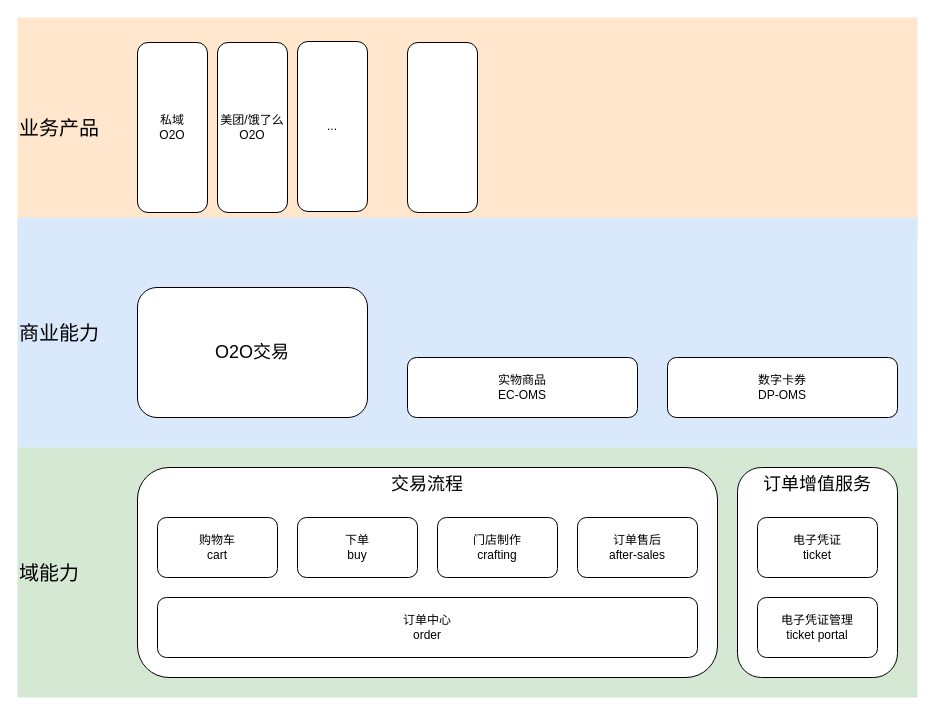
Before: page "目标技术架构" (2 of 3) of OMS2.0业务架构.drawio in alexzhang2015/PC2.0, a draw.io diagram. Source tidied: cells renumbered, new cells numbered last; positions are measured from the earlier drawing's top-left corner, leaving out a move shared by most shapes. Both pictures are drawn from the tidied source at 100%, with x=0, y=0 at pixel (17, 17).
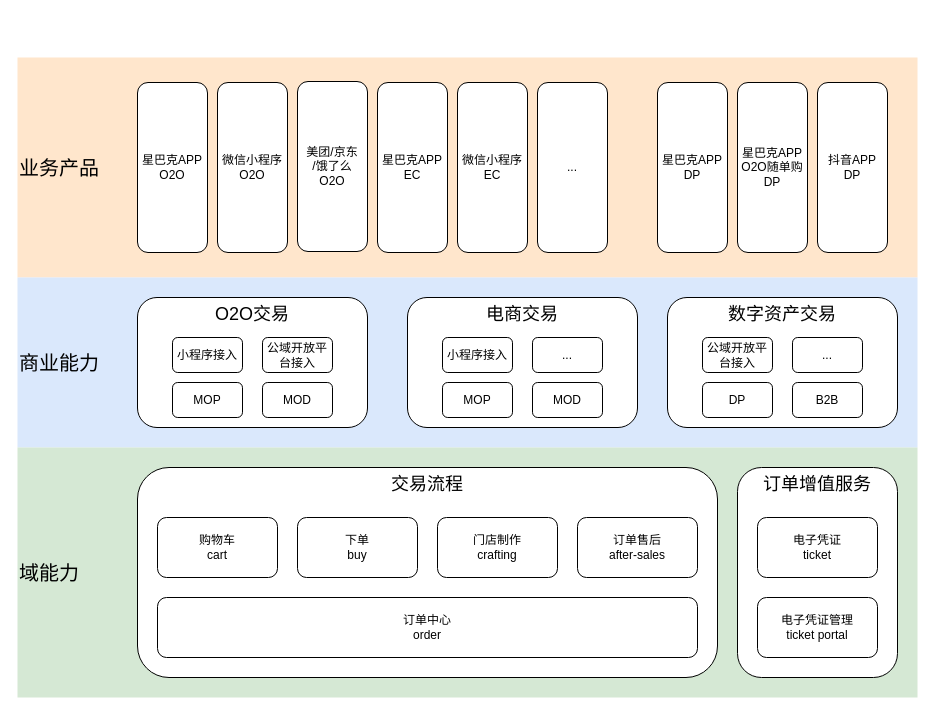
After the change.

What changed in the source:
```diff
@@
     <mxCell id="2" value="业务产品" style="rounded=0;whiteSpace=wrap;html=1;align=left;strokeColor=none;fillColor=#ffe6cc;fontSize=20;" parent="1" vertex="1">
-      <mxGeometry width="900" height="220" as="geometry" />
+      <mxGeometry y="40" width="900" height="220" as="geometry" />
     </mxCell>
     <mxCell id="3" value="商业能力" style="rounded=0;whiteSpace=wrap;html=1;align=left;strokeColor=none;fillColor=#dae8fc;fontSize=20;" parent="1" vertex="1">
-      <mxGeometry y="200" width="900" height="230" as="geometry" />
+      <mxGeometry y="260" width="900" height="170" as="geometry" />
     </mxCell>
@@
-    <mxCell id="12" value="数字卡券&lt;div&gt;DP-OMS&lt;/div&gt;" style="rounded=1;whiteSpace=wrap;html=1;" parent="1" vertex="1">
-      <mxGeometry x="650" y="340" width="230" height="60" as="geometry" />
+    <mxCell id="12" value="数字资产交易" style="rounded=1;whiteSpace=wrap;html=1;verticalAlign=top;fontSize=18;" parent="1" vertex="1">
+      <mxGeometry x="650" y="280" width="230" height="130" as="geometry" />
     </mxCell>
@@
-    <mxCell id="15" value="实物商品&lt;div&gt;EC-OMS&lt;/div&gt;" style="rounded=1;whiteSpace=wrap;html=1;" parent="1" vertex="1">
-      <mxGeometry x="390" y="340" width="230" height="60" as="geometry" />
+    <mxCell id="15" value="电商交易" style="rounded=1;whiteSpace=wrap;html=1;verticalAlign=top;fontSize=18;" parent="1" vertex="1">
+      <mxGeometry x="390" y="280" width="230" height="130" as="geometry" />
     </mxCell>
-    <mxCell id="16" value="&lt;font style=&quot;font-size: 18px;&quot;&gt;O2O交易&lt;/font&gt;" style="rounded=1;whiteSpace=wrap;html=1;" parent="1" vertex="1">
-      <mxGeometry x="120" y="270" width="230" height="130" as="geometry" />
+    <mxCell id="16" value="&lt;font style=&quot;font-size: 18px;&quot;&gt;O2O交易&lt;/font&gt;" style="rounded=1;whiteSpace=wrap;html=1;verticalAlign=top;" parent="1" vertex="1">
+      <mxGeometry x="120" y="280" width="230" height="130" as="geometry" />
     </mxCell>
-    <mxCell id="17" value="私域&lt;div&gt;O2O&lt;/div&gt;" style="rounded=1;whiteSpace=wrap;html=1;" parent="1" vertex="1">
-      <mxGeometry x="120" y="25" width="70" height="170" as="geometry" />
+    <mxCell id="17" value="星巴克APP&lt;div&gt;O2O&lt;/div&gt;" style="rounded=1;whiteSpace=wrap;html=1;" parent="1" vertex="1">
+      <mxGeometry x="120" y="65" width="70" height="170" as="geometry" />
     </mxCell>
-    <mxCell id="18" value="美团/饿了么&lt;div&gt;O2O&lt;/div&gt;" style="rounded=1;whiteSpace=wrap;html=1;" parent="1" vertex="1">
-      <mxGeometry x="200" y="25" width="70" height="170" as="geometry" />
+    <mxCell id="18" value="微信小程序&lt;div&gt;O2O&lt;/div&gt;" style="rounded=1;whiteSpace=wrap;html=1;" parent="1" vertex="1">
+      <mxGeometry x="200" y="65" width="70" height="170" as="geometry" />
     </mxCell>
-    <mxCell id="19" value="..." style="rounded=1;whiteSpace=wrap;html=1;" parent="1" vertex="1">
-      <mxGeometry x="280" y="24" width="70" height="170" as="geometry" />
+    <mxCell id="19" value="美团/京东&lt;div&gt;/&lt;span style=&quot;background-color: initial;&quot;&gt;饿了么&lt;/span&gt;&lt;div&gt;O2O&lt;/div&gt;&lt;/div&gt;" style="rounded=1;whiteSpace=wrap;html=1;" parent="1" vertex="1">
+      <mxGeometry x="280" y="64" width="70" height="170" as="geometry" />
     </mxCell>
-    <mxCell id="20" style="rounded=1;whiteSpace=wrap;html=1;" parent="1" vertex="1">
-      <mxGeometry x="390" y="25" width="70" height="170" as="geometry" />
+    <mxCell id="20" value="星巴克APP&lt;div&gt;EC&lt;/div&gt;" style="rounded=1;whiteSpace=wrap;html=1;" parent="1" vertex="1">
+      <mxGeometry x="360" y="65" width="70" height="170" as="geometry" />
     </mxCell>
+    <mxCell id="21" value="小程序接入" style="rounded=1;whiteSpace=wrap;html=1;" parent="1" vertex="1">
+      <mxGeometry x="155" y="320" width="70" height="35" as="geometry" />
+    </mxCell>
+    <mxCell id="22" value="MOP" style="rounded=1;whiteSpace=wrap;html=1;" parent="1" vertex="1">
+      <mxGeometry x="155" y="365" width="70" height="35" as="geometry" />
+    </mxCell>
+    <mxCell id="23" value="公域开放平台接入" style="rounded=1;whiteSpace=wrap;html=1;" parent="1" vertex="1">
+      <mxGeometry x="245" y="320" width="70" height="35" as="geometry" />
+    </mxCell>
+    <mxCell id="24" value="MOD" style="rounded=1;whiteSpace=wrap;html=1;" parent="1" vertex="1">
+      <mxGeometry x="245" y="365" width="70" height="35" as="geometry" />
+    </mxCell>
+    <mxCell id="25" value="小程序接入" style="rounded=1;whiteSpace=wrap;html=1;" parent="1" vertex="1">
+      <mxGeometry x="425" y="320" width="70" height="35" as="geometry" />
+    </mxCell>
+    <mxCell id="26" value="MOP" style="rounded=1;whiteSpace=wrap;html=1;" parent="1" vertex="1">
+      <mxGeometry x="425" y="365" width="70" height="35" as="geometry" />
+    </mxCell>
+    <mxCell id="27" value="..." style="rounded=1;whiteSpace=wrap;html=1;" parent="1" vertex="1">
+      <mxGeometry x="515" y="320" width="70" height="35" as="geometry" />
+    </mxCell>
+    <mxCell id="28" value="MOD" style="rounded=1;whiteSpace=wrap;html=1;" parent="1" vertex="1">
+      <mxGeometry x="515" y="365" width="70" height="35" as="geometry" />
+    </mxCell>
+    <mxCell id="29" value="公域开放平台接入" style="rounded=1;whiteSpace=wrap;html=1;" parent="1" vertex="1">
+      <mxGeometry x="685" y="320" width="70" height="35" as="geometry" />
+    </mxCell>
+    <mxCell id="30" value="..." style="rounded=1;whiteSpace=wrap;html=1;" parent="1" vertex="1">
+      <mxGeometry x="775" y="320" width="70" height="35" as="geometry" />
+    </mxCell>
+    <mxCell id="31" value="DP" style="rounded=1;whiteSpace=wrap;html=1;" parent="1" vertex="1">
+      <mxGeometry x="685" y="365" width="70" height="35" as="geometry" />
+    </mxCell>
+    <mxCell id="32" value="B2B" style="rounded=1;whiteSpace=wrap;html=1;" parent="1" vertex="1">
+      <mxGeometry x="775" y="365" width="70" height="35" as="geometry" />
+    </mxCell>
+    <mxCell id="33" value="微信小程序&lt;div&gt;EC&lt;/div&gt;" style="rounded=1;whiteSpace=wrap;html=1;" parent="1" vertex="1">
+      <mxGeometry x="440" y="65" width="70" height="170" as="geometry" />
+    </mxCell>
+    <mxCell id="34" value="星巴克APP&lt;div&gt;DP&lt;/div&gt;" style="rounded=1;whiteSpace=wrap;html=1;" parent="1" vertex="1">
+      <mxGeometry x="640" y="65" width="70" height="170" as="geometry" />
+    </mxCell>
+    <mxCell id="35" value="星巴克APP&lt;div&gt;O2O随单购DP&lt;/div&gt;" style="rounded=1;whiteSpace=wrap;html=1;" parent="1" vertex="1">
+      <mxGeometry x="720" y="65" width="70" height="170" as="geometry" />
+    </mxCell>
+    <mxCell id="36" value="抖音APP&lt;div&gt;DP&lt;/div&gt;" style="rounded=1;whiteSpace=wrap;html=1;" parent="1" vertex="1">
+      <mxGeometry x="800" y="65" width="70" height="170" as="geometry" />
+    </mxCell>
+    <mxCell id="37" value="..." style="rounded=1;whiteSpace=wrap;html=1;" parent="1" vertex="1">
+      <mxGeometry x="520" y="65" width="70" height="170" as="geometry" />
+    </mxCell>
```
